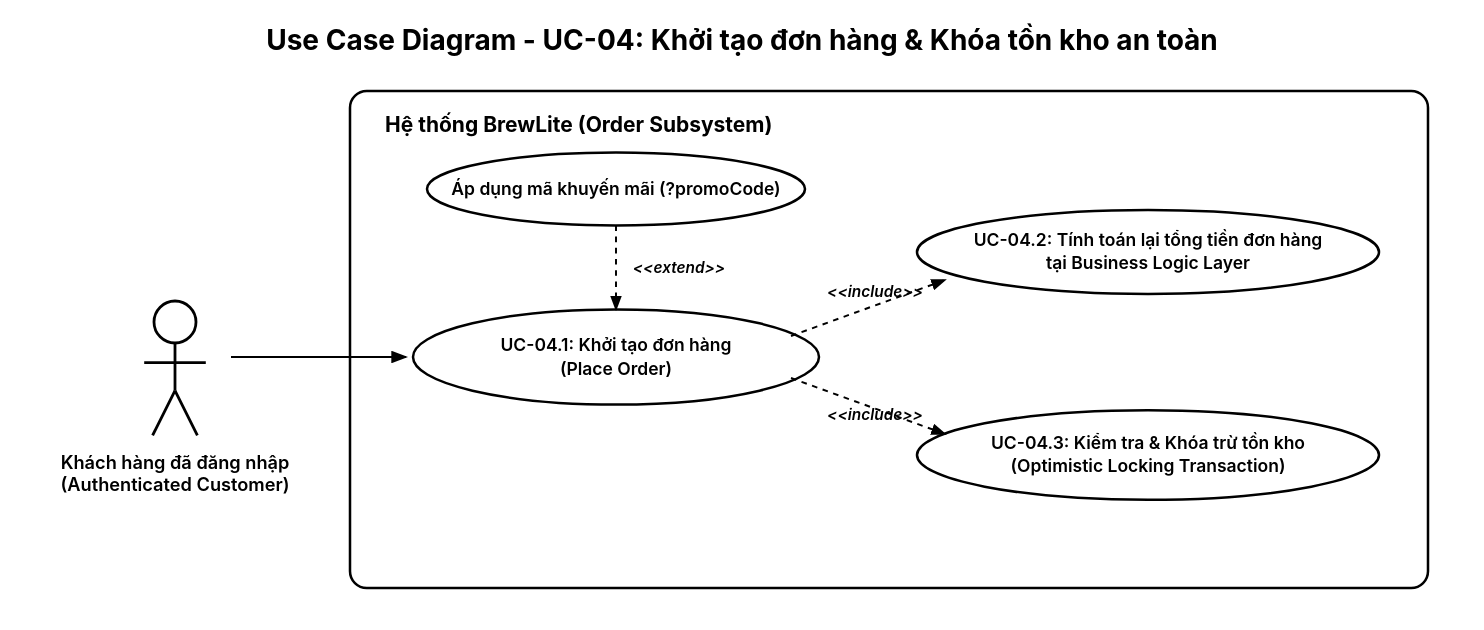
This is docs/diagrams/uc-04-create-order.svg from SamuiSang/brewlite2, a PlantUML export, as it was before one commit. Its source is kept beside it as docs/diagrams/uc-04-create-order.puml.
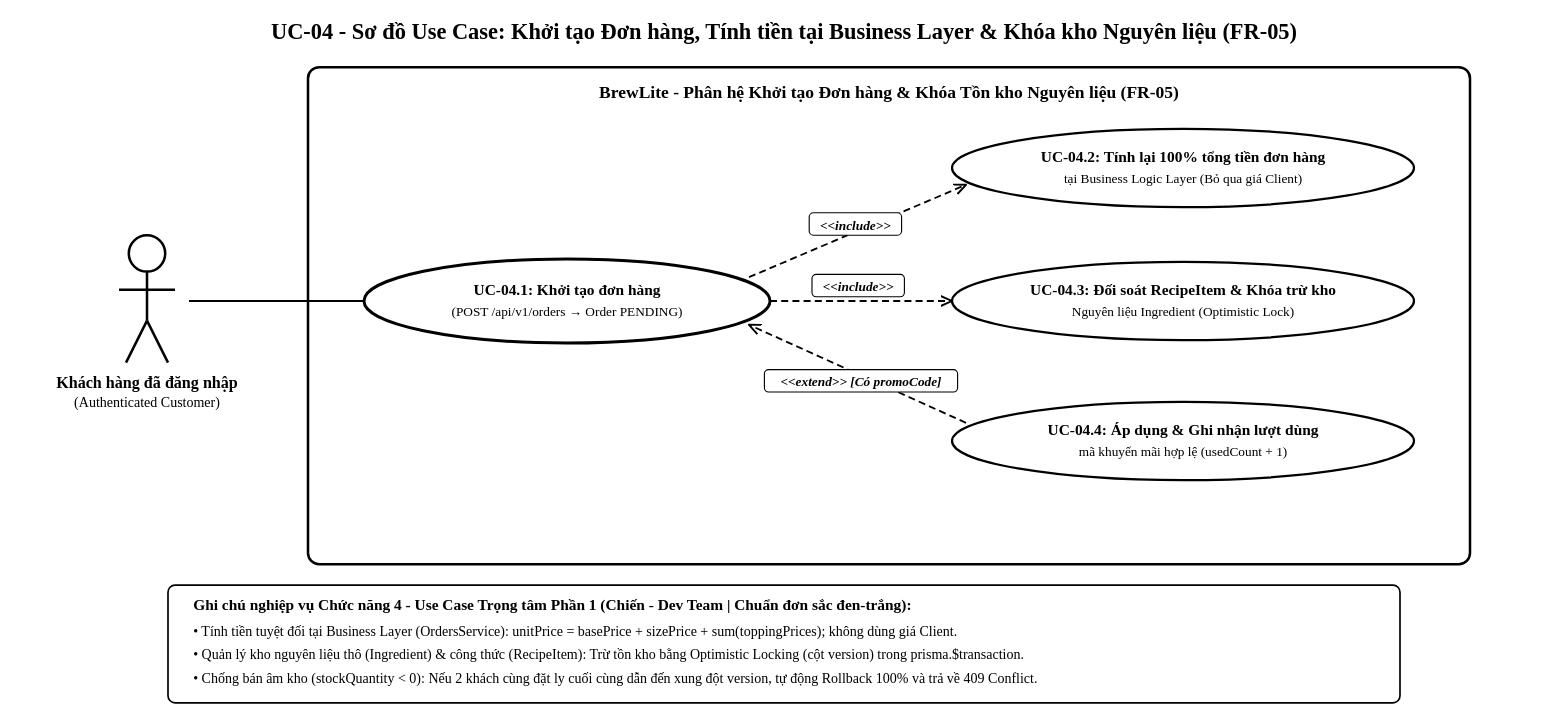
Later version of the same file.

The edit, as a diff of the source:
```diff
@@ -1,34 +1,32 @@
 @startuml uc-04-create-order
-title Use Case Diagram - UC-04: Khởi tạo đơn hàng & Khóa tồn kho an toàn
-skinparam actorStyle awesome
-skinparam packageStyle rectangle
-skinparam roundcorner 10
+title UC-04 - Sơ đồ Use Case: Khởi tạo Đơn hàng, Tính tiền tại Business Layer & Khóa kho Nguyên liệu (FR-05)
+
+left to right direction
 skinparam monochrome true
 skinparam shadowing false
-skinparam nodesep 70
-skinparam ranksep 60
-
-skinparam ArrowColor black
-skinparam actorBorderColor black
-skinparam usecaseBackgroundColor white
-skinparam usecaseBorderColor black
-skinparam rectangleBorderColor black
-skinparam rectangleBackgroundColor white
+skinparam backgroundColor white
+skinparam defaultFontName "Segoe UI", "Arial", sans-serif
+skinparam packageStyle rectangle
 
 actor "Khách hàng đã đăng nhập\n(Authenticated Customer)" as Customer
 
-rectangle "Hệ thống BrewLite (Order Subsystem)" {
-    usecase "UC-04.1: Khởi tạo đơn hàng\n(Place Order)" as UC_PlaceOrder
-    usecase "UC-04.2: Tính toán lại tổng tiền đơn hàng\ntại Business Logic Layer" as UC_RecalculatePrice
-    usecase "UC-04.3: Kiểm tra & Khóa trừ tồn kho đồng thời\n(Optimistic Locking Transaction)" as UC_LockInventory
-    usecase "Áp dụng mã khuyến mãi\n(?promoCode)" as UC_Promotion
+rectangle "BrewLite - Phân hệ Khởi tạo Đơn hàng & Khóa Tồn kho Nguyên liệu (FR-05)" {
+    usecase "UC-04.1: Khởi tạo đơn hàng\n(POST /api/v1/orders -> Order PENDING)" as UC_PlaceOrder
+    usecase "UC-04.2: Tính toán lại 100% tổng tiền\ntại Business Logic Layer (Bỏ qua giá Client)" as UC_RecalculatePrice
+    usecase "UC-04.3: Đối soát RecipeItem & Khóa trừ kho\nNguyên liệu Ingredient (Optimistic Lock)" as UC_LockInventory
+    usecase "UC-04.4: Áp dụng & Ghi nhận lượt dùng\nmã khuyến mãi (usedCount + 1)" as UC_Promotion
 }
 
-Customer --> UC_PlaceOrder
+Customer -- UC_PlaceOrder
 
 UC_PlaceOrder ..> UC_RecalculatePrice : <<include>>
 UC_PlaceOrder ..> UC_LockInventory : <<include>>
+UC_Promotion .up.> UC_PlaceOrder : <<extend>>\n[Có đính kèm promoCode hợp lệ]
 
-UC_Promotion .> UC_PlaceOrder : <<extend>>
-
+legend bottom
+  Ghi chú nghiệp vụ Chức năng 4 - Use Case Trọng tâm Phần 1 (Chiến - Dev Team | Chuẩn đơn sắc đen-trắng):
+  • Tính tiền tuyệt đối tại Business Layer (OrdersService): unitPrice = basePrice + sizePrice + sum(toppingPrices); không dùng giá Client.
+  • Quản lý kho nguyên liệu thô (Ingredient) & công thức pha chế (RecipeItem): Trừ tồn kho bằng Optimistic Locking (cột version) trong prisma.$transaction.
+  • Chống bán âm kho (stockQuantity < 0): Nếu 2 khách cùng đặt ly cuối cùng dẫn đến xung đột version, tự động Rollback 100% và trả về 409 Conflict.
+endlegend
 @enduml
```
